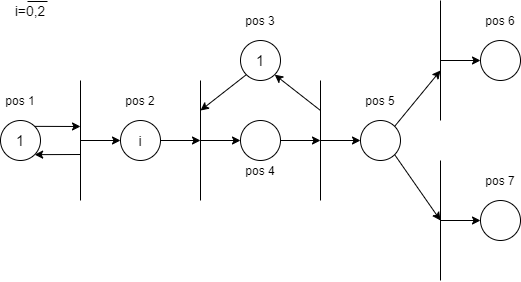
This is моя схема лаба 7.png from ojdmytruk/SystemModeling_sem7, a draw.io export, as it was before one commit. Source tidied: cells renumbered, new cells last; positions are measured from the earlier drawing's top-left corner, leaving out a move shared by most shapes.
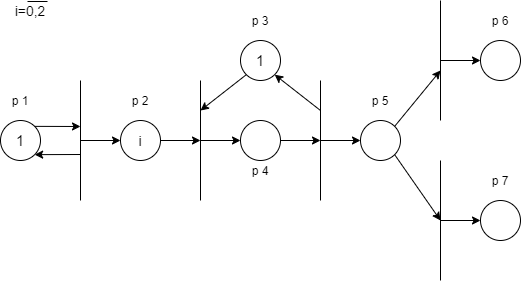
After the commit.

Change to the diagram source:
```diff
@@ -52,7 +52,7 @@
         <mxPoint x="240" y="140" as="targetPoint" />
       </mxGeometry>
     </mxCell>
-    <mxCell id="13" value="pos 1" style="text;html=1;strokeColor=none;fillColor=none;align=center;verticalAlign=middle;whiteSpace=wrap;rounded=0;" parent="1" vertex="1">
+    <mxCell id="13" value="p 1" style="text;html=1;strokeColor=none;fillColor=none;align=center;verticalAlign=middle;whiteSpace=wrap;rounded=0;" parent="1" vertex="1">
       <mxGeometry y="90" width="40" height="20" as="geometry" />
     </mxCell>
     <mxCell id="14" style="endArrow=none;html=1;" parent="1" edge="1">
@@ -122,22 +122,22 @@
         <mxPoint x="440" y="220" as="sourcePoint" />
       </mxGeometry>
     </mxCell>
-    <mxCell id="28" value="pos 2" style="text;html=1;strokeColor=none;fillColor=none;align=center;verticalAlign=middle;whiteSpace=wrap;rounded=0;" parent="1" vertex="1">
+    <mxCell id="28" value="p 2" style="text;html=1;strokeColor=none;fillColor=none;align=center;verticalAlign=middle;whiteSpace=wrap;rounded=0;" parent="1" vertex="1">
       <mxGeometry x="120" y="90" width="40" height="20" as="geometry" />
     </mxCell>
-    <mxCell id="29" value="pos 3" style="text;html=1;strokeColor=none;fillColor=none;align=center;verticalAlign=middle;whiteSpace=wrap;rounded=0;" parent="1" vertex="1">
+    <mxCell id="29" value="p 3" style="text;html=1;strokeColor=none;fillColor=none;align=center;verticalAlign=middle;whiteSpace=wrap;rounded=0;" parent="1" vertex="1">
       <mxGeometry x="240" y="10" width="40" height="20" as="geometry" />
     </mxCell>
-    <mxCell id="30" value="pos 4" style="text;html=1;strokeColor=none;fillColor=none;align=center;verticalAlign=middle;whiteSpace=wrap;rounded=0;" parent="1" vertex="1">
+    <mxCell id="30" value="p 4" style="text;html=1;strokeColor=none;fillColor=none;align=center;verticalAlign=middle;whiteSpace=wrap;rounded=0;" parent="1" vertex="1">
       <mxGeometry x="240" y="160" width="40" height="20" as="geometry" />
     </mxCell>
-    <mxCell id="31" value="pos 5" style="text;html=1;strokeColor=none;fillColor=none;align=center;verticalAlign=middle;whiteSpace=wrap;rounded=0;" parent="1" vertex="1">
+    <mxCell id="31" value="p 5" style="text;html=1;strokeColor=none;fillColor=none;align=center;verticalAlign=middle;whiteSpace=wrap;rounded=0;" parent="1" vertex="1">
       <mxGeometry x="360" y="90" width="40" height="20" as="geometry" />
     </mxCell>
-    <mxCell id="32" value="pos 6" style="text;html=1;strokeColor=none;fillColor=none;align=center;verticalAlign=middle;whiteSpace=wrap;rounded=0;" parent="1" vertex="1">
+    <mxCell id="32" value="p 6" style="text;html=1;strokeColor=none;fillColor=none;align=center;verticalAlign=middle;whiteSpace=wrap;rounded=0;" parent="1" vertex="1">
       <mxGeometry x="480" y="10" width="40" height="20" as="geometry" />
     </mxCell>
-    <mxCell id="33" value="pos 7" style="text;html=1;strokeColor=none;fillColor=none;align=center;verticalAlign=middle;whiteSpace=wrap;rounded=0;" parent="1" vertex="1">
+    <mxCell id="33" value="p 7" style="text;html=1;strokeColor=none;fillColor=none;align=center;verticalAlign=middle;whiteSpace=wrap;rounded=0;" parent="1" vertex="1">
       <mxGeometry x="480" y="170" width="40" height="20" as="geometry" />
     </mxCell>
     <mxCell id="34" value="&lt;font style=&quot;font-size: 14px&quot;&gt;і=0,2&lt;/font&gt;" style="text;html=1;strokeColor=none;fillColor=none;align=center;verticalAlign=middle;whiteSpace=wrap;rounded=0;" parent="1" vertex="1">
```
